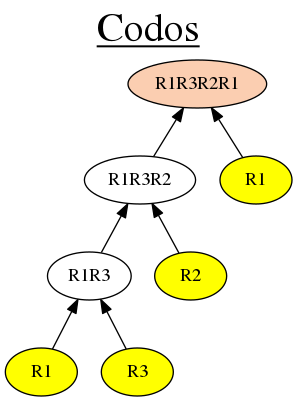
iitramar/guiTool keeps this Graphviz diagram as GuiTool/image/Codos/CodosDot.png. Above is the earlier version. Its source is kept beside it as GuiTool/image/Codos/CodosDot.dot.
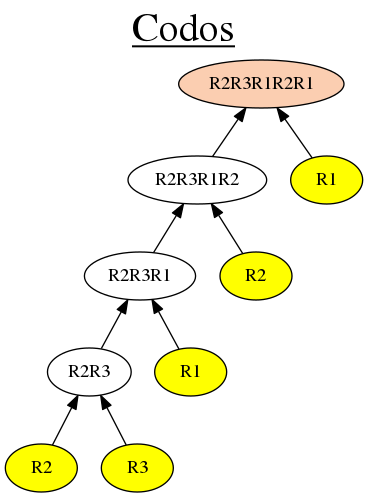
After the commit.

What changed in the source:
```diff
@@ -1,20 +1,25 @@
 digraph G {
 rankdir = BT;
 graph [label= <<u>Codos</u>> , labelloc=t, fontsize=30];
-1[style=filled, fillcolor= "#FBCEB1", label=R1R3R2R1];
-2[label=R1R3R2];
+1[style=filled, fillcolor= "#FBCEB1", label=R2R3R1R2R1];
+2[label=R2R3R1R2];
 2->1
 3[label=R1];
 3->1
-4[label=R1R3];
+4[label=R2R3R1];
 4->2
 5[label=R2];
 5->2
-8[label=R1];
+8[label=R2R3];
 8->4
-9[label=R3];
+9[label=R1];
 9->4
-8[style=filled, fillcolor=yellow];
+16[label=R2];
+16->8
+17[label=R3];
+17->8
+16[style=filled, fillcolor=yellow];
+17[style=filled, fillcolor=yellow];
 9[style=filled, fillcolor=yellow];
 5[style=filled, fillcolor=yellow];
 3[style=filled, fillcolor=yellow];
```
